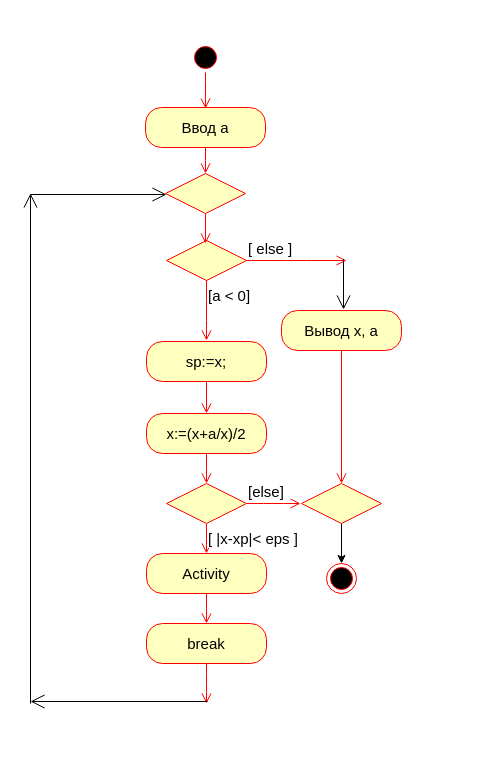
This is pr4.drawio from Valentina1502/LAB_4, a draw.io file, before an edit. Source tidied: cells renumbered, new cells numbered last; positions are measured from the earlier drawing's top-left corner, leaving out a move shared by most shapes. Both pictures are drawn from the tidied source at 100%, with x=0, y=0 at pixel (30, 42).
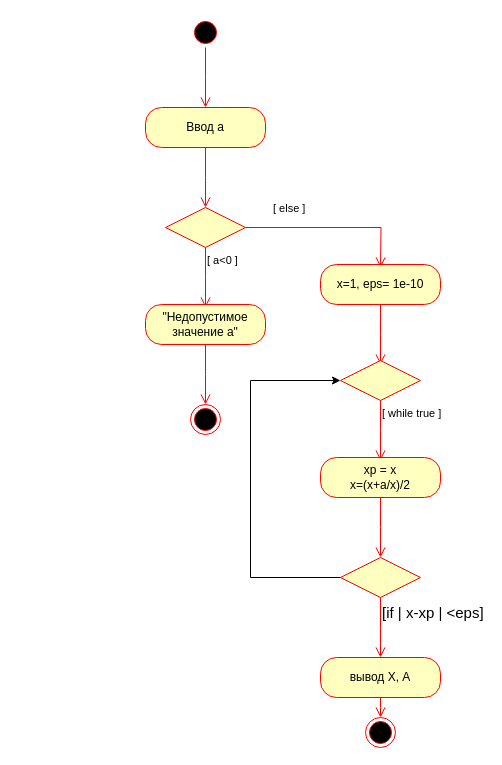
Above is the later version.

Diff of the diagram source:
```diff
@@
-    <mxCell id="2" style="ellipse;html=1;shape=startState;fillColor=#000000;strokeColor=#ff0000;fontSize=15;" parent="1" vertex="1">
-      <mxGeometry x="160" width="30" height="30" as="geometry" />
-    </mxCell>
-    <mxCell id="3" style="edgeStyle=orthogonalEdgeStyle;html=1;verticalAlign=bottom;endArrow=open;endSize=8;strokeColor=#ff0000;fontSize=15;" parent="1" edge="1" source="2">
-      <mxGeometry relative="1" as="geometry">
-        <mxPoint x="175" y="66" as="targetPoint" />
-      </mxGeometry>
-    </mxCell>
+    <mxCell id="31" style="ellipse;html=1;shape=startState;fillColor=#000000;strokeColor=#ff0000;" parent="1" vertex="1">
+      <mxGeometry x="160" y="-25" width="30" height="30" as="geometry" />
+    </mxCell>
+    <mxCell id="32" style="edgeStyle=orthogonalEdgeStyle;html=1;verticalAlign=bottom;endArrow=open;endSize=8;strokeColor=#ff0000;rounded=0;" parent="1" edge="1" source="31">
+      <mxGeometry relative="1" as="geometry">
+        <mxPoint x="175" y="65" as="targetPoint" />
+      </mxGeometry>
+    </mxCell>
-    <mxCell id="4" value="Ввод а" style="rounded=1;whiteSpace=wrap;html=1;arcSize=40;fontColor=#000000;fillColor=#ffffc0;strokeColor=#ff0000;fontSize=15;" parent="1" vertex="1">
+    <mxCell id="4" value="Ввод а" style="rounded=1;whiteSpace=wrap;html=1;arcSize=40;fontColor=#000000;fillColor=#ffffc0;strokeColor=#ff0000;" parent="1" vertex="1">
       <mxGeometry x="115" y="65" width="120" height="40" as="geometry" />
     </mxCell>
-    <mxCell id="5" style="edgeStyle=orthogonalEdgeStyle;html=1;verticalAlign=bottom;endArrow=open;endSize=8;strokeColor=#ff0000;fontSize=15;" parent="1" edge="1" source="4">
-      <mxGeometry relative="1" as="geometry">
-        <mxPoint x="175" y="131" as="targetPoint" />
-      </mxGeometry>
-    </mxCell>
-    <mxCell id="6" style="rhombus;whiteSpace=wrap;html=1;fillColor=#ffffc0;strokeColor=#ff0000;fontSize=15;" parent="1" vertex="1">
-      <mxGeometry x="136" y="198" width="80" height="40" as="geometry" />
-    </mxCell>
+    <mxCell id="33" style="edgeStyle=orthogonalEdgeStyle;html=1;verticalAlign=bottom;endArrow=open;endSize=8;strokeColor=#ff0000;rounded=0;" parent="1" edge="1" source="4">
+      <mxGeometry relative="1" as="geometry">
+        <mxPoint x="175" y="165" as="targetPoint" />
+      </mxGeometry>
+    </mxCell>
+    <mxCell id="34" style="rhombus;whiteSpace=wrap;html=1;fillColor=#ffffc0;strokeColor=#ff0000;" parent="1" vertex="1">
+      <mxGeometry x="135" y="165" width="80" height="40" as="geometry" />
+    </mxCell>
-    <mxCell id="7" value="[ else ]" style="edgeStyle=orthogonalEdgeStyle;html=1;align=left;verticalAlign=bottom;endArrow=open;endSize=8;strokeColor=#ff0000;fontSize=15;" parent="1" edge="1" source="6">
-      <mxGeometry x="-1" relative="1" as="geometry">
-        <mxPoint x="316" y="218" as="targetPoint" />
+    <mxCell id="7" value="[ else ]" style="edgeStyle=orthogonalEdgeStyle;html=1;align=left;verticalAlign=bottom;endArrow=open;endSize=8;strokeColor=#ff0000;rounded=0;" parent="1" edge="1" source="34">
+      <mxGeometry x="-0.7" y="10" relative="1" as="geometry">
+        <mxPoint x="350" y="225" as="targetPoint" />
       </mxGeometry>
     </mxCell>
-    <mxCell id="8" value="[a &amp;lt; 0]" style="edgeStyle=orthogonalEdgeStyle;html=1;align=left;verticalAlign=top;endArrow=open;endSize=8;strokeColor=#ff0000;fontSize=15;" parent="1" edge="1" source="6">
-      <mxGeometry x="-1" relative="1" as="geometry">
-        <mxPoint x="176" y="298" as="targetPoint" />
-      </mxGeometry>
-    </mxCell>
-    <mxCell id="9" style="endArrow=open;endFill=1;endSize=12;html=1;fontSize=15;" parent="1" edge="1">
-      <mxGeometry relative="1" as="geometry">
-        <mxPoint x="313" y="216.4" as="sourcePoint" />
-        <mxPoint x="313" y="267" as="targetPoint" />
-      </mxGeometry>
-    </mxCell>
-    <mxCell id="10" value="Вывод х, а" style="rounded=1;whiteSpace=wrap;html=1;arcSize=40;fontColor=#000000;fillColor=#ffffc0;strokeColor=#ff0000;fontSize=15;" parent="1" vertex="1">
-      <mxGeometry x="251" y="268" width="120" height="40" as="geometry" />
-    </mxCell>
-    <mxCell id="11" style="edgeStyle=orthogonalEdgeStyle;html=1;verticalAlign=bottom;endArrow=open;endSize=8;strokeColor=#ff0000;entryX=0.5;entryY=0;entryDx=0;entryDy=0;fontSize=15;" parent="1" edge="1" source="10" target="30">
-      <mxGeometry relative="1" as="geometry" />
-    </mxCell>
-    <mxCell id="12" style="ellipse;html=1;shape=endState;fillColor=#000000;strokeColor=#ff0000;fontSize=15;" parent="1" vertex="1">
-      <mxGeometry x="296" y="521" width="30" height="30" as="geometry" />
-    </mxCell>
-    <mxCell id="13" style="rhombus;whiteSpace=wrap;html=1;fillColor=#ffffc0;strokeColor=#ff0000;fontSize=15;" parent="1" vertex="1">
-      <mxGeometry x="135" y="131" width="80" height="40" as="geometry" />
-    </mxCell>
-    <mxCell id="14" style="edgeStyle=orthogonalEdgeStyle;html=1;align=left;verticalAlign=top;endArrow=open;endSize=8;strokeColor=#ff0000;fontSize=15;" parent="1" edge="1" source="13">
-      <mxGeometry x="-1" relative="1" as="geometry">
-        <mxPoint x="175" y="201" as="targetPoint" />
-      </mxGeometry>
-    </mxCell>
-    <mxCell id="15" value="sp:=x;" style="rounded=1;whiteSpace=wrap;html=1;arcSize=40;fontColor=#000000;fillColor=#ffffc0;strokeColor=#ff0000;fontSize=15;" parent="1" vertex="1">
-      <mxGeometry x="116" y="299" width="120" height="40" as="geometry" />
-    </mxCell>
-    <mxCell id="16" style="edgeStyle=orthogonalEdgeStyle;html=1;verticalAlign=bottom;endArrow=open;endSize=8;strokeColor=#ff0000;entryX=0.5;entryY=0;entryDx=0;entryDy=0;fontSize=15;" parent="1" edge="1" source="15" target="17">
-      <mxGeometry relative="1" as="geometry" />
-    </mxCell>
-    <mxCell id="17" value="x:=(x+a/x)/2" style="rounded=1;whiteSpace=wrap;html=1;arcSize=40;fontColor=#000000;fillColor=#ffffc0;strokeColor=#ff0000;fontSize=15;" parent="1" vertex="1">
-      <mxGeometry x="116" y="371" width="120" height="40" as="geometry" />
-    </mxCell>
-    <mxCell id="18" style="edgeStyle=orthogonalEdgeStyle;html=1;verticalAlign=bottom;endArrow=open;endSize=8;strokeColor=#ff0000;fontSize=15;" parent="1" edge="1" source="17">
-      <mxGeometry relative="1" as="geometry">
-        <mxPoint x="176" y="441" as="targetPoint" />
-      </mxGeometry>
-    </mxCell>
-    <mxCell id="19" style="rhombus;whiteSpace=wrap;html=1;fillColor=#ffffc0;strokeColor=#ff0000;fontSize=15;" parent="1" vertex="1">
-      <mxGeometry x="136" y="441" width="80" height="40" as="geometry" />
-    </mxCell>
-    <mxCell id="20" value="[else]" style="edgeStyle=orthogonalEdgeStyle;html=1;align=left;verticalAlign=bottom;endArrow=open;endSize=8;strokeColor=#ff0000;fontSize=15;" parent="1" edge="1" source="19">
-      <mxGeometry x="-1" relative="1" as="geometry">
-        <mxPoint x="270" y="461" as="targetPoint" />
-      </mxGeometry>
-    </mxCell>
-    <mxCell id="21" value="[ |x-xp|&amp;lt; eps ]" style="edgeStyle=orthogonalEdgeStyle;html=1;align=left;verticalAlign=top;endArrow=open;endSize=8;strokeColor=#ff0000;fontSize=15;" parent="1" edge="1" source="19">
-      <mxGeometry x="-1" relative="1" as="geometry">
-        <mxPoint x="176" y="511" as="targetPoint" />
-      </mxGeometry>
-    </mxCell>
-    <mxCell id="22" value="Activity" style="rounded=1;whiteSpace=wrap;html=1;arcSize=40;fontColor=#000000;fillColor=#ffffc0;strokeColor=#ff0000;fontSize=15;" parent="1" vertex="1">
-      <mxGeometry x="116" y="511" width="120" height="40" as="geometry" />
-    </mxCell>
-    <mxCell id="23" style="edgeStyle=orthogonalEdgeStyle;html=1;verticalAlign=bottom;endArrow=open;endSize=8;strokeColor=#ff0000;fontSize=15;" parent="1" edge="1" source="22">
-      <mxGeometry relative="1" as="geometry">
-        <mxPoint x="176" y="581" as="targetPoint" />
-      </mxGeometry>
-    </mxCell>
-    <mxCell id="24" value="break" style="rounded=1;whiteSpace=wrap;html=1;arcSize=40;fontColor=#000000;fillColor=#ffffc0;strokeColor=#ff0000;fontSize=15;" parent="1" vertex="1">
-      <mxGeometry x="116" y="581" width="120" height="40" as="geometry" />
-    </mxCell>
-    <mxCell id="25" style="edgeStyle=orthogonalEdgeStyle;html=1;verticalAlign=bottom;endArrow=open;endSize=8;strokeColor=#ff0000;fontSize=15;" parent="1" edge="1" source="24">
-      <mxGeometry relative="1" as="geometry">
-        <mxPoint x="176" y="661" as="targetPoint" />
-      </mxGeometry>
-    </mxCell>
-    <mxCell id="26" style="endArrow=open;endFill=1;endSize=12;html=1;fontSize=15;" parent="1" edge="1">
-      <mxGeometry relative="1" as="geometry">
-        <mxPoint x="177" y="659" as="sourcePoint" />
-        <mxPoint y="659" as="targetPoint" />
-      </mxGeometry>
-    </mxCell>
-    <mxCell id="27" style="endArrow=open;endFill=1;endSize=12;html=1;fontSize=15;" parent="1" edge="1">
-      <mxGeometry relative="1" as="geometry">
-        <mxPoint y="661" as="sourcePoint" />
-        <mxPoint y="151" as="targetPoint" />
-      </mxGeometry>
-    </mxCell>
-    <mxCell id="28" style="endArrow=open;endFill=1;endSize=12;html=1;entryX=0;entryY=0.5;entryDx=0;entryDy=0;fontSize=15;" parent="1" edge="1">
-      <mxGeometry relative="1" as="geometry">
-        <mxPoint y="152" as="sourcePoint" />
-        <mxPoint x="136" y="152" as="targetPoint" />
-      </mxGeometry>
-    </mxCell>
-    <mxCell id="29" style="edgeStyle=orthogonalEdgeStyle;rounded=0;jettySize=auto;html=1;fontSize=15;" parent="1" edge="1" source="30" target="12">
-      <mxGeometry relative="1" as="geometry" />
-    </mxCell>
-    <mxCell id="30" style="rhombus;whiteSpace=wrap;html=1;fillColor=#ffffc0;strokeColor=#ff0000;fontSize=15;" parent="1" vertex="1">
-      <mxGeometry x="271" y="441" width="80" height="40" as="geometry" />
-    </mxCell>
+    <mxCell id="35" value="[ a&amp;lt;0 ]" style="edgeStyle=orthogonalEdgeStyle;html=1;align=left;verticalAlign=top;endArrow=open;endSize=8;strokeColor=#ff0000;rounded=0;" parent="1" edge="1" source="34">
+      <mxGeometry x="-1" relative="1" as="geometry">
+        <mxPoint x="175" y="265" as="targetPoint" />
+      </mxGeometry>
+    </mxCell>
+    <mxCell id="36" value="&quot;Недопустимое значение а&quot;" style="rounded=1;whiteSpace=wrap;html=1;arcSize=40;fontColor=#000000;fillColor=#ffffc0;strokeColor=#ff0000;" parent="1" vertex="1">
+      <mxGeometry x="115" y="262" width="120" height="40" as="geometry" />
+    </mxCell>
+    <mxCell id="37" style="edgeStyle=orthogonalEdgeStyle;html=1;verticalAlign=bottom;endArrow=open;endSize=8;strokeColor=#ff0000;rounded=0;" parent="1" edge="1" source="36">
+      <mxGeometry relative="1" as="geometry">
+        <mxPoint x="175" y="362" as="targetPoint" />
+      </mxGeometry>
+    </mxCell>
+    <mxCell id="38" style="ellipse;html=1;shape=endState;fillColor=#000000;strokeColor=#ff0000;" parent="1" vertex="1">
+      <mxGeometry x="160" y="362" width="30" height="30" as="geometry" />
+    </mxCell>
+    <mxCell id="39" value="x=1, eps= 1e-10" style="rounded=1;whiteSpace=wrap;html=1;arcSize=40;fontColor=#000000;fillColor=#ffffc0;strokeColor=#ff0000;" parent="1" vertex="1">
+      <mxGeometry x="290" y="222" width="120" height="40" as="geometry" />
+    </mxCell>
+    <mxCell id="40" style="edgeStyle=orthogonalEdgeStyle;html=1;verticalAlign=bottom;endArrow=open;endSize=8;strokeColor=#ff0000;rounded=0;" parent="1" edge="1" source="39">
+      <mxGeometry relative="1" as="geometry">
+        <mxPoint x="350" y="322" as="targetPoint" />
+      </mxGeometry>
+    </mxCell>
+    <mxCell id="41" style="rhombus;whiteSpace=wrap;html=1;fillColor=#ffffc0;strokeColor=#ff0000;" parent="1" vertex="1">
+      <mxGeometry x="310" y="318" width="80" height="40" as="geometry" />
+    </mxCell>
+    <mxCell id="42" value="[ while true ]" style="edgeStyle=orthogonalEdgeStyle;html=1;align=left;verticalAlign=top;endArrow=open;endSize=8;strokeColor=#ff0000;rounded=0;" parent="1" edge="1" source="41">
+      <mxGeometry x="-1" relative="1" as="geometry">
+        <mxPoint x="350" y="418" as="targetPoint" />
+      </mxGeometry>
+    </mxCell>
+    <mxCell id="43" value="хр = х&lt;br&gt;x=(x+a/x)/2&lt;br&gt;" style="rounded=1;whiteSpace=wrap;html=1;arcSize=40;fontColor=#000000;fillColor=#ffffc0;strokeColor=#ff0000;" parent="1" vertex="1">
+      <mxGeometry x="290" y="415" width="120" height="40" as="geometry" />
+    </mxCell>
+    <mxCell id="44" style="edgeStyle=orthogonalEdgeStyle;html=1;verticalAlign=bottom;endArrow=open;endSize=8;strokeColor=#ff0000;rounded=0;" parent="1" edge="1" source="43">
+      <mxGeometry relative="1" as="geometry">
+        <mxPoint x="350" y="515" as="targetPoint" />
+      </mxGeometry>
+    </mxCell>
+    <mxCell id="45" style="edgeStyle=orthogonalEdgeStyle;rounded=0;jettySize=auto;html=1;exitX=0;exitY=0.5;exitDx=0;exitDy=0;entryX=0;entryY=0.5;entryDx=0;entryDy=0;" parent="1" edge="1" source="46" target="41">
+      <mxGeometry relative="1" as="geometry">
+        <Array as="points">
+          <mxPoint x="220" y="535" />
+          <mxPoint x="220" y="338" />
+        </Array>
+      </mxGeometry>
+    </mxCell>
+    <mxCell id="46" style="rhombus;whiteSpace=wrap;html=1;fillColor=#ffffc0;strokeColor=#ff0000;" parent="1" vertex="1">
+      <mxGeometry x="310" y="515" width="80" height="40" as="geometry" />
+    </mxCell>
+    <mxCell id="47" value="&lt;span style=&quot;font-size: 15px&quot;&gt;[if | x-xp | &amp;lt;eps]&lt;/span&gt;" style="edgeStyle=orthogonalEdgeStyle;html=1;align=left;verticalAlign=top;endArrow=open;endSize=8;strokeColor=#ff0000;rounded=0;" parent="1" edge="1" source="46">
+      <mxGeometry x="-1" relative="1" as="geometry">
+        <mxPoint x="350" y="615" as="targetPoint" />
+      </mxGeometry>
+    </mxCell>
+    <mxCell id="48" value="вывод Х, А" style="rounded=1;whiteSpace=wrap;html=1;arcSize=40;fontColor=#000000;fillColor=#ffffc0;strokeColor=#ff0000;" parent="1" vertex="1">
+      <mxGeometry x="290" y="615" width="120" height="40" as="geometry" />
+    </mxCell>
+    <mxCell id="49" style="edgeStyle=orthogonalEdgeStyle;html=1;verticalAlign=bottom;endArrow=open;endSize=8;strokeColor=#ff0000;rounded=0;" parent="1" edge="1" source="48">
+      <mxGeometry relative="1" as="geometry">
+        <mxPoint x="350" y="675" as="targetPoint" />
+      </mxGeometry>
+    </mxCell>
+    <mxCell id="50" style="ellipse;html=1;shape=endState;fillColor=#000000;strokeColor=#ff0000;" parent="1" vertex="1">
+      <mxGeometry x="335" y="675" width="30" height="30" as="geometry" />
+    </mxCell>
```
